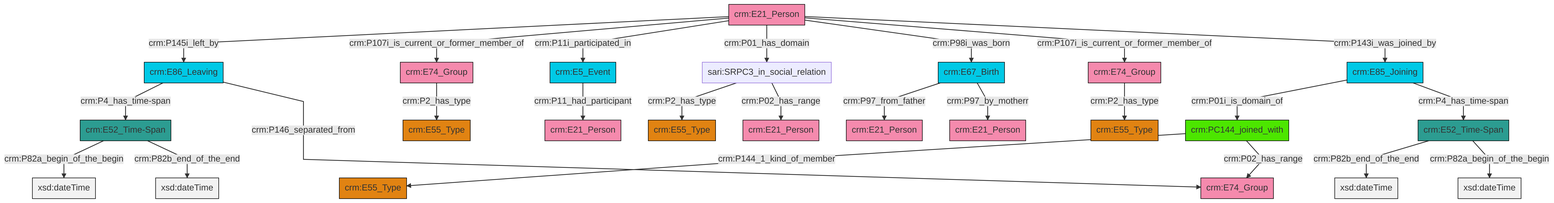
Earlier version of the Mermaid export et/personCSV/ttl/mmd/png/Person_Actor_Relations.png (swiss-art-research-net/docs.swissartresearch). Its source is kept beside it as et/personCSV/ttl/mmd/Person_Actor_Relations.ttl.mmd.
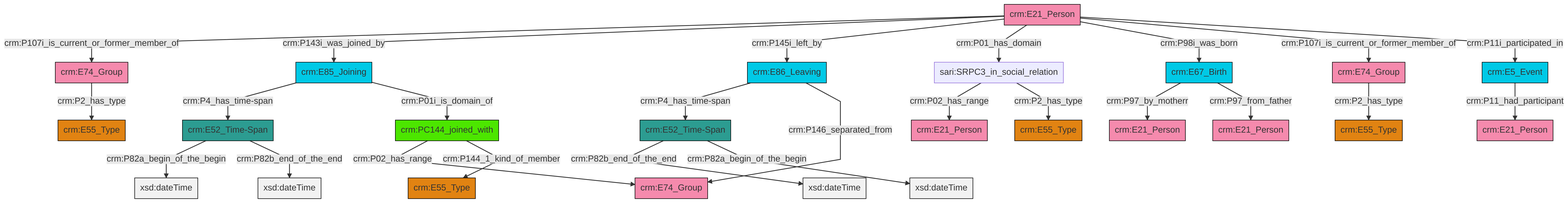
Above is the later version.

The edit, as a diff of the source:
```diff
@@ -13,27 +13,27 @@
 classDef PC_Classes fill:#4ce600, stroke:#000000;
 classDef Multi fill:#cccccc,stroke:#000000;
 
-2["crm:E52_Time-Span"]:::Time-Span -->|crm:P82b_end_of_the_end| 3[xsd:dateTime]:::Literal
-6["sari:SRPC3_in_social_relation"]:::Default -->|crm:P2_has_type| 7["crm:E55_Type"]:::Type
-16["crm:PC144_joined_with"]:::PC_Classes -->|crm:P144_1_kind_of_member| 4["crm:E55_Type"]:::Type
-19["crm:E21_Person"]:::Actor -->|crm:P145i_left_by| 20["crm:E86_Leaving"]:::Temporal_Entity
-11["crm:E74_Group"]:::Actor -->|crm:P2_has_type| 17["crm:E55_Type"]:::Type
-22["crm:E85_Joining"]:::Temporal_Entity -->|crm:P01i_is_domain_of| 16["crm:PC144_joined_with"]:::PC_Classes
-20["crm:E86_Leaving"]:::Temporal_Entity -->|crm:P4_has_time-span| 24["crm:E52_Time-Span"]:::Time-Span
-19["crm:E21_Person"]:::Actor -->|crm:P107i_is_current_or_former_member_of| 26["crm:E74_Group"]:::Actor
-26["crm:E74_Group"]:::Actor -->|crm:P2_has_type| 0["crm:E55_Type"]:::Type
-24["crm:E52_Time-Span"]:::Time-Span -->|crm:P82a_begin_of_the_begin| 30[xsd:dateTime]:::Literal
-16["crm:PC144_joined_with"]:::PC_Classes -->|crm:P02_has_range| 31["crm:E74_Group"]:::Actor
-19["crm:E21_Person"]:::Actor -->|crm:P11i_participated_in| 8["crm:E5_Event"]:::Temporal_Entity
-22["crm:E85_Joining"]:::Temporal_Entity -->|crm:P4_has_time-span| 2["crm:E52_Time-Span"]:::Time-Span
-19["crm:E21_Person"]:::Actor -->|crm:P01_has_domain| 6["sari:SRPC3_in_social_relation"]:::Default
-8["crm:E5_Event"]:::Temporal_Entity -->|crm:P11_had_participant| 35["crm:E21_Person"]:::Actor
-6["sari:SRPC3_in_social_relation"]:::Default -->|crm:P02_has_range| 33["crm:E21_Person"]:::Actor
-24["crm:E52_Time-Span"]:::Time-Span -->|crm:P82b_end_of_the_end| 41[xsd:dateTime]:::Literal
-13["crm:E67_Birth"]:::Temporal_Entity -->|crm:P97_from_father| 42["crm:E21_Person"]:::Actor
-19["crm:E21_Person"]:::Actor -->|crm:P98i_was_born| 13["crm:E67_Birth"]:::Temporal_Entity
-19["crm:E21_Person"]:::Actor -->|crm:P107i_is_current_or_former_member_of| 11["crm:E74_Group"]:::Actor
-19["crm:E21_Person"]:::Actor -->|crm:P143i_was_joined_by| 22["crm:E85_Joining"]:::Temporal_Entity
-13["crm:E67_Birth"]:::Temporal_Entity -->|crm:P97_by_motherr| 38["crm:E21_Person"]:::Actor
-2["crm:E52_Time-Span"]:::Time-Span -->|crm:P82a_begin_of_the_begin| 45[xsd:dateTime]:::Literal
-20["crm:E86_Leaving"]:::Temporal_Entity -->|crm:P146_separated_from| 31["crm:E74_Group"]:::Actor
+0["crm:E21_Person"]:::Actor -->|crm:P107i_is_current_or_former_member_of| 1["crm:E74_Group"]:::Actor
+2["crm:E52_Time-Span"]:::Time-Span -->|crm:P82a_begin_of_the_begin| 3[xsd:dateTime]:::Literal
+1["crm:E74_Group"]:::Actor -->|crm:P2_has_type| 6["crm:E55_Type"]:::Type
+7["crm:E85_Joining"]:::Temporal_Entity -->|crm:P4_has_time-span| 2["crm:E52_Time-Span"]:::Time-Span
+0["crm:E21_Person"]:::Actor -->|crm:P143i_was_joined_by| 7["crm:E85_Joining"]:::Temporal_Entity
+12["sari:SRPC3_in_social_relation"]:::Default -->|crm:P02_has_range| 13["crm:E21_Person"]:::Actor
+0["crm:E21_Person"]:::Actor -->|crm:P145i_left_by| 16["crm:E86_Leaving"]:::Temporal_Entity
+17["crm:E74_Group"]:::Actor -->|crm:P2_has_type| 4["crm:E55_Type"]:::Type
+19["crm:E67_Birth"]:::Temporal_Entity -->|crm:P97_by_motherr| 10["crm:E21_Person"]:::Actor
+20["crm:PC144_joined_with"]:::PC_Classes -->|crm:P02_has_range| 21["crm:E74_Group"]:::Actor
+0["crm:E21_Person"]:::Actor -->|crm:P01_has_domain| 12["sari:SRPC3_in_social_relation"]:::Default
+12["sari:SRPC3_in_social_relation"]:::Default -->|crm:P2_has_type| 8["crm:E55_Type"]:::Type
+25["crm:E5_Event"]:::Temporal_Entity -->|crm:P11_had_participant| 14["crm:E21_Person"]:::Actor
+0["crm:E21_Person"]:::Actor -->|crm:P98i_was_born| 19["crm:E67_Birth"]:::Temporal_Entity
+16["crm:E86_Leaving"]:::Temporal_Entity -->|crm:P4_has_time-span| 27["crm:E52_Time-Span"]:::Time-Span
+7["crm:E85_Joining"]:::Temporal_Entity -->|crm:P01i_is_domain_of| 20["crm:PC144_joined_with"]:::PC_Classes
+16["crm:E86_Leaving"]:::Temporal_Entity -->|crm:P146_separated_from| 21["crm:E74_Group"]:::Actor
+20["crm:PC144_joined_with"]:::PC_Classes -->|crm:P144_1_kind_of_member| 23["crm:E55_Type"]:::Type
+0["crm:E21_Person"]:::Actor -->|crm:P107i_is_current_or_former_member_of| 17["crm:E74_Group"]:::Actor
+27["crm:E52_Time-Span"]:::Time-Span -->|crm:P82b_end_of_the_end| 42[xsd:dateTime]:::Literal
+2["crm:E52_Time-Span"]:::Time-Span -->|crm:P82b_end_of_the_end| 43[xsd:dateTime]:::Literal
+0["crm:E21_Person"]:::Actor -->|crm:P11i_participated_in| 25["crm:E5_Event"]:::Temporal_Entity
+19["crm:E67_Birth"]:::Temporal_Entity -->|crm:P97_from_father| 30["crm:E21_Person"]:::Actor
+27["crm:E52_Time-Span"]:::Time-Span -->|crm:P82a_begin_of_the_begin| 45[xsd:dateTime]:::Literal
```
